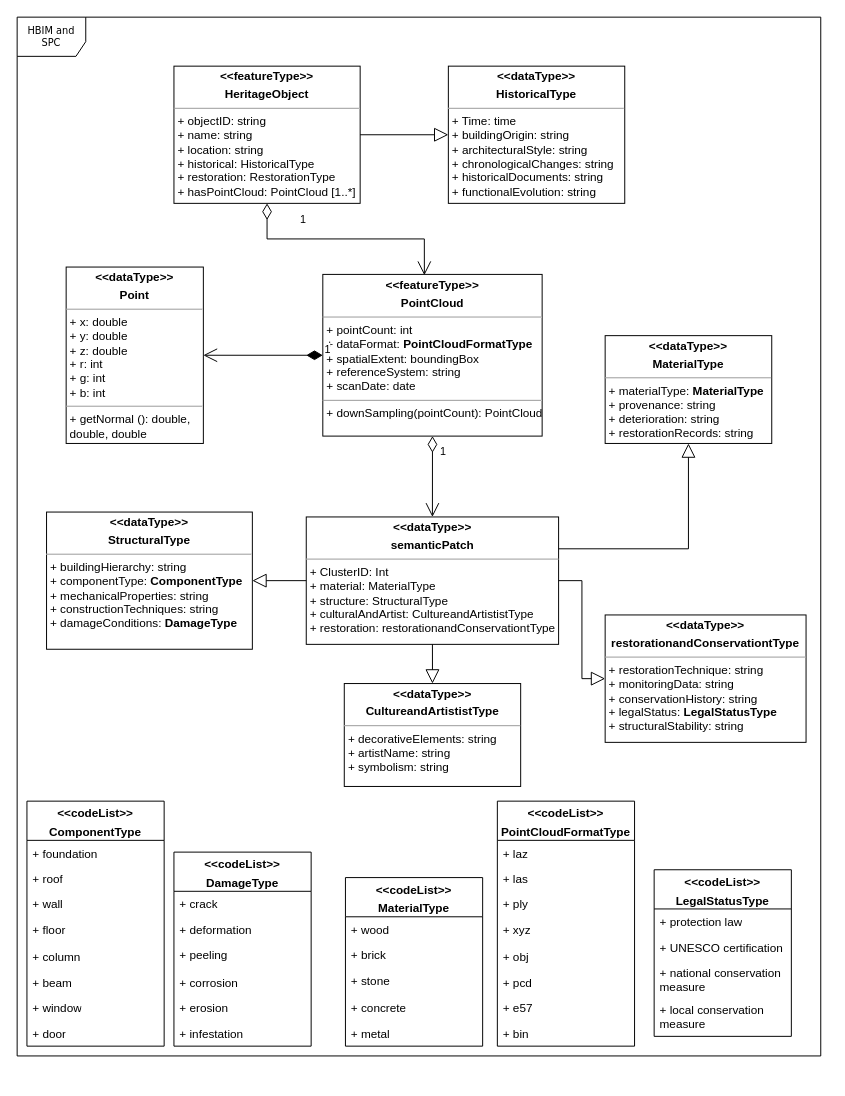
This is Untitled Diagram.drawio from Zhuoyuee/thesis, a draw.io file, before an edit. Source tidied: cells renumbered, new cells numbered last; positions are measured from the earlier drawing's top-left corner, leaving out a move shared by most shapes. Both pictures are drawn from the tidied source at 98%, with x=0, y=0 at pixel (17, 17).
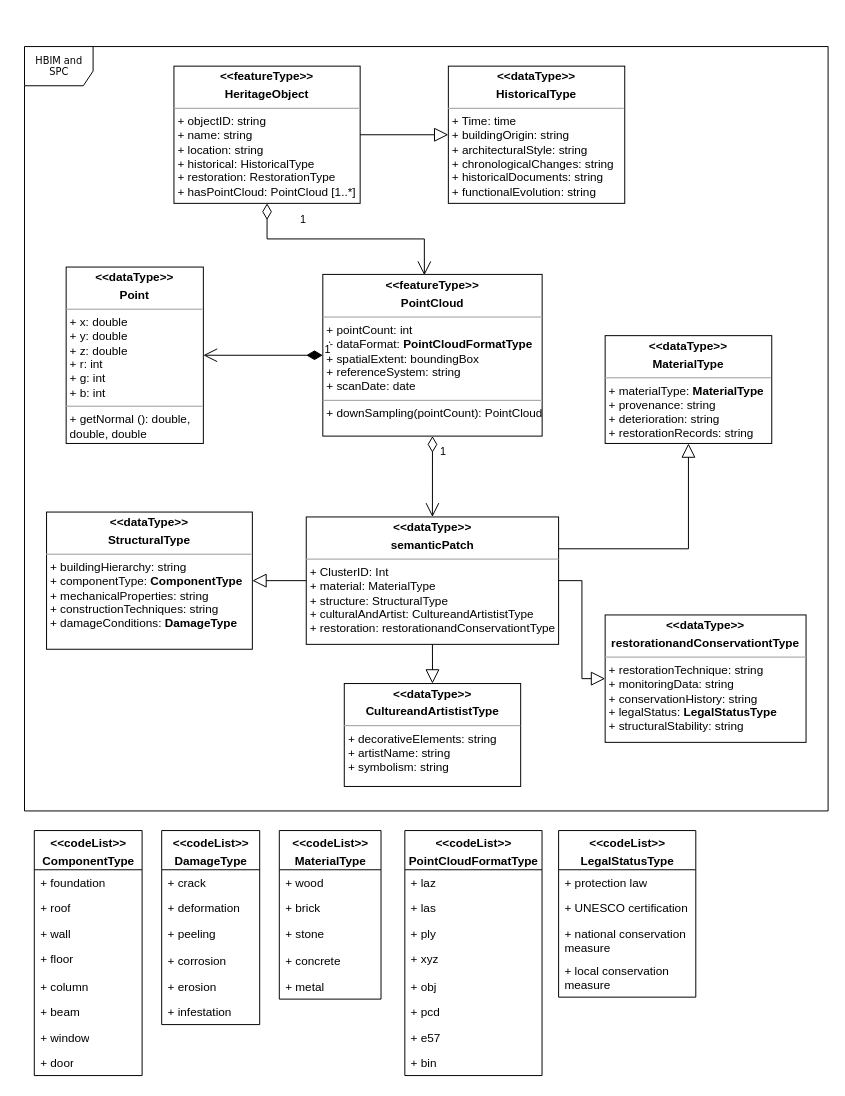
Above is the later version.

The change refers to these unchanged cells:
```xml
<mxCell id="7" value="&lt;p style=&quot;margin:0px;margin-top:4px;text-align:center;&quot;&gt;&lt;b&gt;&amp;lt;&amp;lt;dataType&amp;gt;&amp;gt;&lt;/b&gt;&lt;b&gt;&lt;/b&gt;&lt;/p&gt;&lt;p style=&quot;margin:0px;margin-top:4px;text-align:center;&quot;&gt;&lt;b&gt;CultureandArtististType&lt;/b&gt;&lt;/p&gt;&lt;hr size=&quot;1&quot;&gt;&lt;p style=&quot;margin:0px;margin-left:4px;&quot;&gt;+ decorativeElements: string&lt;/p&gt;&lt;p style=&quot;margin:0px;margin-left:4px;&quot;&gt;+ artistName: string&lt;br&gt;&lt;/p&gt;&lt;p style=&quot;margin:0px;margin-left:4px;&quot;&gt;+ symbolism: string&lt;/p&gt;&lt;p style=&quot;margin:0px;margin-left:4px;&quot;&gt;&lt;br&gt;&lt;/p&gt;&lt;hr size=&quot;1&quot;&gt;&lt;p style=&quot;margin:0px;margin-left:4px;&quot;&gt;&lt;br&gt;&lt;/p&gt;" style="verticalAlign=top;align=left;overflow=fill;fontSize=12;fontFamily=Helvetica;html=1;rounded=0;shadow=0;comic=0;labelBackgroundColor=none;strokeWidth=1;" parent="1" vertex="1">
  <mxGeometry x="333.8" y="680" width="180" height="105" as="geometry" />
</mxCell>
<mxCell id="9" value="&lt;p style=&quot;margin:0px;margin-top:4px;text-align:center;&quot;&gt;&lt;b&gt;&amp;lt;&amp;lt;dataType&amp;gt;&amp;gt;&lt;/b&gt;&lt;b&gt;&lt;/b&gt;&lt;/p&gt;&lt;p style=&quot;margin:0px;margin-top:4px;text-align:center;&quot;&gt;&lt;b&gt;semanticPatch&lt;/b&gt;&lt;/p&gt;&lt;hr size=&quot;1&quot;&gt;&lt;p style=&quot;margin:0px;margin-left:4px;&quot;&gt;+ ClusterID: Int&lt;br&gt;+ material: MaterialType&lt;br&gt;&lt;/p&gt;&lt;p style=&quot;margin:0px;margin-left:4px;&quot;&gt;+ structure: StructuralType&lt;/p&gt;&lt;p style=&quot;margin:0px;margin-left:4px;&quot;&gt;&lt;span style=&quot;background-color: transparent;&quot;&gt;+ culturalAndArtist:&amp;nbsp;&lt;/span&gt;&lt;span style=&quot;background-color: transparent; color: light-dark(rgb(0, 0, 0), rgb(255, 255, 255)); text-align: center;&quot;&gt;CultureandArtististType&lt;/span&gt;&lt;/p&gt;&lt;p style=&quot;margin:0px;margin-left:4px;&quot;&gt;+ restoration:&amp;nbsp;&lt;span style=&quot;background-color: transparent; color: light-dark(rgb(0, 0, 0), rgb(255, 255, 255)); text-align: center;&quot;&gt;restorationandConservationtType&lt;/span&gt;&lt;/p&gt;&lt;p style=&quot;margin:0px;margin-left:4px;&quot;&gt;&lt;br&gt;&lt;/p&gt;" style="verticalAlign=top;align=left;overflow=fill;fontSize=12;fontFamily=Helvetica;html=1;rounded=0;shadow=0;comic=0;labelBackgroundColor=none;strokeWidth=1;" parent="1" vertex="1">
  <mxGeometry x="295" y="510" width="257.5" height="130" as="geometry" />
</mxCell>
```

What changed in the source:
```diff
@@
     <mxCell id="2" value="HBIM and SPC" style="shape=umlFrame;whiteSpace=wrap;html=1;rounded=0;shadow=0;comic=0;labelBackgroundColor=none;strokeWidth=1;fontFamily=Verdana;fontSize=10;align=center;width=70;height=40;" parent="1" vertex="1">
-      <mxGeometry width="820" height="1060" as="geometry" />
+      <mxGeometry x="7.5" y="30" width="820" height="780" as="geometry" />
     </mxCell>
@@
     <mxCell id="12" value="&lt;p style=&quot;text-wrap-mode: nowrap; margin: 4px 0px 0px;&quot;&gt;&lt;b&gt;&amp;lt;&amp;lt;codeList&amp;gt;&amp;gt;&lt;/b&gt;&lt;/p&gt;&lt;p style=&quot;text-wrap-mode: nowrap; margin: 4px 0px 0px;&quot;&gt;&lt;b&gt;MaterialType&lt;/b&gt;&lt;/p&gt;" style="swimlane;fontStyle=0;horizontal=1;startSize=40;fillColor=none;whiteSpace=wrap;html=1;" parent="1" vertex="1">
-      <mxGeometry x="335" y="878" width="140" height="172" as="geometry" />
+      <mxGeometry x="267.5" y="830" width="103.8" height="172" as="geometry" />
     </mxCell>
     <mxCell id="13" value="+ wood" style="text;strokeColor=none;fillColor=none;align=left;verticalAlign=top;spacingLeft=4;spacingRight=4;overflow=hidden;whiteSpace=wrap;html=1;" parent="12" vertex="1">
-      <mxGeometry y="40" width="140" height="26" as="geometry" />
+      <mxGeometry y="40" width="103.8" height="26" as="geometry" />
     </mxCell>
     <mxCell id="14" value="+ brick" style="text;strokeColor=none;fillColor=none;align=left;verticalAlign=top;spacingLeft=4;spacingRight=4;overflow=hidden;whiteSpace=wrap;html=1;" parent="12" vertex="1">
-      <mxGeometry y="66" width="140" height="26" as="geometry" />
+      <mxGeometry y="66" width="103.8" height="26" as="geometry" />
     </mxCell>
     <mxCell id="15" value="+ stone" style="text;strokeColor=none;fillColor=none;align=left;verticalAlign=top;spacingLeft=4;spacingRight=4;overflow=hidden;whiteSpace=wrap;html=1;" parent="12" vertex="1">
-      <mxGeometry y="92" width="140" height="28" as="geometry" />
+      <mxGeometry y="92" width="103.8" height="28" as="geometry" />
     </mxCell>
     <mxCell id="16" value="+ concrete" style="text;strokeColor=none;fillColor=none;align=left;verticalAlign=top;spacingLeft=4;spacingRight=4;overflow=hidden;whiteSpace=wrap;html=1;" parent="12" vertex="1">
-      <mxGeometry y="120" width="140" height="26" as="geometry" />
+      <mxGeometry y="120" width="103.8" height="26" as="geometry" />
     </mxCell>
     <mxCell id="17" value="+ metal" style="text;strokeColor=none;fillColor=none;align=left;verticalAlign=top;spacingLeft=4;spacingRight=4;overflow=hidden;whiteSpace=wrap;html=1;" parent="12" vertex="1">
-      <mxGeometry y="146" width="140" height="26" as="geometry" />
+      <mxGeometry y="146" width="103.8" height="26" as="geometry" />
     </mxCell>
     <mxCell id="18" value="&lt;p style=&quot;text-wrap-mode: nowrap; margin: 4px 0px 0px;&quot;&gt;&lt;b&gt;&amp;lt;&amp;lt;codeList&amp;gt;&amp;gt;&lt;/b&gt;&lt;/p&gt;&lt;p style=&quot;text-wrap-mode: nowrap; margin: 4px 0px 0px;&quot;&gt;&lt;b&gt;ComponentType&lt;/b&gt;&lt;/p&gt;" style="swimlane;fontStyle=0;horizontal=1;startSize=40;fillColor=none;whiteSpace=wrap;html=1;" parent="1" vertex="1">
-      <mxGeometry x="10" y="800" width="140" height="250" as="geometry" />
+      <mxGeometry x="17.5" y="830" width="110" height="250" as="geometry" />
     </mxCell>
     <mxCell id="19" value="+ foundation" style="text;strokeColor=none;fillColor=none;align=left;verticalAlign=top;spacingLeft=4;spacingRight=4;overflow=hidden;whiteSpace=wrap;html=1;" parent="18" vertex="1">
-      <mxGeometry y="40" width="140" height="26" as="geometry" />
+      <mxGeometry y="40" width="110" height="26" as="geometry" />
     </mxCell>
     <mxCell id="20" value="+ roof" style="text;strokeColor=none;fillColor=none;align=left;verticalAlign=top;spacingLeft=4;spacingRight=4;overflow=hidden;whiteSpace=wrap;html=1;" parent="18" vertex="1">
-      <mxGeometry y="66" width="140" height="26" as="geometry" />
+      <mxGeometry y="66" width="110" height="26" as="geometry" />
     </mxCell>
     <mxCell id="21" value="+ wall" style="text;strokeColor=none;fillColor=none;align=left;verticalAlign=top;spacingLeft=4;spacingRight=4;overflow=hidden;whiteSpace=wrap;html=1;" parent="18" vertex="1">
-      <mxGeometry y="92" width="140" height="26" as="geometry" />
+      <mxGeometry y="92" width="110" height="26" as="geometry" />
     </mxCell>
     <mxCell id="22" value="+ floor" style="text;strokeColor=none;fillColor=none;align=left;verticalAlign=top;spacingLeft=4;spacingRight=4;overflow=hidden;whiteSpace=wrap;html=1;" parent="18" vertex="1">
-      <mxGeometry y="118" width="140" height="28" as="geometry" />
+      <mxGeometry y="118" width="110" height="28" as="geometry" />
     </mxCell>
     <mxCell id="23" value="+ column" style="text;strokeColor=none;fillColor=none;align=left;verticalAlign=top;spacingLeft=4;spacingRight=4;overflow=hidden;whiteSpace=wrap;html=1;" parent="18" vertex="1">
-      <mxGeometry y="146" width="140" height="26" as="geometry" />
+      <mxGeometry y="146" width="110" height="26" as="geometry" />
     </mxCell>
     <mxCell id="24" value="+ beam" style="text;strokeColor=none;fillColor=none;align=left;verticalAlign=top;spacingLeft=4;spacingRight=4;overflow=hidden;whiteSpace=wrap;html=1;" parent="18" vertex="1">
-      <mxGeometry y="172" width="140" height="26" as="geometry" />
+      <mxGeometry y="172" width="110" height="26" as="geometry" />
     </mxCell>
     <mxCell id="25" value="+ window" style="text;strokeColor=none;fillColor=none;align=left;verticalAlign=top;spacingLeft=4;spacingRight=4;overflow=hidden;whiteSpace=wrap;html=1;" parent="18" vertex="1">
-      <mxGeometry y="198" width="140" height="26" as="geometry" />
+      <mxGeometry y="198" width="110" height="26" as="geometry" />
     </mxCell>
     <mxCell id="26" value="+ door" style="text;strokeColor=none;fillColor=none;align=left;verticalAlign=top;spacingLeft=4;spacingRight=4;overflow=hidden;whiteSpace=wrap;html=1;" parent="18" vertex="1">
-      <mxGeometry y="224" width="140" height="26" as="geometry" />
+      <mxGeometry y="224" width="110" height="26" as="geometry" />
     </mxCell>
@@
     <mxCell id="29" value="&lt;p style=&quot;text-wrap-mode: nowrap; margin: 4px 0px 0px;&quot;&gt;&lt;b&gt;&amp;lt;&amp;lt;codeList&amp;gt;&amp;gt;&lt;/b&gt;&lt;/p&gt;&lt;p style=&quot;text-wrap-mode: nowrap; margin: 4px 0px 0px;&quot;&gt;&lt;b&gt;DamageType&lt;/b&gt;&lt;/p&gt;" style="swimlane;fontStyle=0;horizontal=1;startSize=40;fillColor=none;whiteSpace=wrap;html=1;" parent="1" vertex="1">
-      <mxGeometry x="160" y="852" width="140" height="198" as="geometry" />
+      <mxGeometry x="147.5" y="830" width="100" height="198" as="geometry" />
     </mxCell>
     <mxCell id="30" value="+ crack" style="text;strokeColor=none;fillColor=none;align=left;verticalAlign=top;spacingLeft=4;spacingRight=4;overflow=hidden;whiteSpace=wrap;html=1;" parent="29" vertex="1">
-      <mxGeometry y="40" width="140" height="26" as="geometry" />
+      <mxGeometry y="40" width="100" height="26" as="geometry" />
     </mxCell>
     <mxCell id="31" value="+ deformation" style="text;strokeColor=none;fillColor=none;align=left;verticalAlign=top;spacingLeft=4;spacingRight=4;overflow=hidden;whiteSpace=wrap;html=1;" parent="29" vertex="1">
-      <mxGeometry y="66" width="140" height="26" as="geometry" />
+      <mxGeometry y="66" width="100" height="26" as="geometry" />
     </mxCell>
     <mxCell id="32" value="+ peeling" style="text;strokeColor=none;fillColor=none;align=left;verticalAlign=top;spacingLeft=4;spacingRight=4;overflow=hidden;whiteSpace=wrap;html=1;" parent="29" vertex="1">
-      <mxGeometry y="92" width="140" height="28" as="geometry" />
+      <mxGeometry y="92" width="100" height="28" as="geometry" />
     </mxCell>
     <mxCell id="33" value="+ corrosion" style="text;strokeColor=none;fillColor=none;align=left;verticalAlign=top;spacingLeft=4;spacingRight=4;overflow=hidden;whiteSpace=wrap;html=1;" parent="29" vertex="1">
-      <mxGeometry y="120" width="140" height="26" as="geometry" />
+      <mxGeometry y="120" width="100" height="26" as="geometry" />
     </mxCell>
     <mxCell id="34" value="+ erosion" style="text;strokeColor=none;fillColor=none;align=left;verticalAlign=top;spacingLeft=4;spacingRight=4;overflow=hidden;whiteSpace=wrap;html=1;" parent="29" vertex="1">
-      <mxGeometry y="146" width="140" height="26" as="geometry" />
+      <mxGeometry y="146" width="100" height="26" as="geometry" />
     </mxCell>
     <mxCell id="35" value="+ infestation" style="text;strokeColor=none;fillColor=none;align=left;verticalAlign=top;spacingLeft=4;spacingRight=4;overflow=hidden;whiteSpace=wrap;html=1;" parent="29" vertex="1">
-      <mxGeometry y="172" width="140" height="26" as="geometry" />
+      <mxGeometry y="172" width="100" height="26" as="geometry" />
     </mxCell>
     <mxCell id="36" value="&lt;p style=&quot;text-wrap-mode: nowrap; margin: 4px 0px 0px;&quot;&gt;&lt;b&gt;&amp;lt;&amp;lt;codeList&amp;gt;&amp;gt;&lt;/b&gt;&lt;/p&gt;&lt;p style=&quot;text-wrap-mode: nowrap; margin: 4px 0px 0px;&quot;&gt;&lt;span style=&quot;background-color: transparent; color: light-dark(rgb(0, 0, 0), rgb(255, 255, 255)); text-wrap-mode: wrap;&quot;&gt;&lt;b&gt;LegalStatusType&lt;/b&gt;&lt;/span&gt;&lt;/p&gt;" style="swimlane;fontStyle=0;horizontal=1;startSize=40;fillColor=none;whiteSpace=wrap;html=1;" parent="1" vertex="1">
-      <mxGeometry x="650" y="870" width="140" height="170" as="geometry" />
+      <mxGeometry x="552.5" y="830" width="140" height="170" as="geometry" />
     </mxCell>
@@
-    <mxCell id="43" style="endArrow=block;endFill=0;endSize=12;html=1;rounded=0;exitX=0.5;exitY=1;exitDx=0;exitDy=0;entryX=0.5;entryY=0;entryDx=0;entryDy=0;edgeStyle=orthogonalEdgeStyle;" parent="1" edge="1" source="9" target="7">
-      <mxGeometry relative="1" as="geometry" />
+    <mxCell id="43" style="endArrow=block;endFill=0;endSize=12;html=1;rounded=0;exitX=0.5;exitY=1;exitDx=0;exitDy=0;entryX=0.5;entryY=0;entryDx=0;entryDy=0;edgeStyle=orthogonalEdgeStyle;" parent="1" edge="1" source="9">
+      <mxGeometry relative="1" as="geometry">
+        <mxPoint x="423.8" y="680" as="targetPoint" />
+      </mxGeometry>
     </mxCell>
@@
     <mxCell id="46" value="&lt;p style=&quot;text-wrap-mode: nowrap; margin: 4px 0px 0px;&quot;&gt;&lt;b&gt;&amp;lt;&amp;lt;codeList&amp;gt;&amp;gt;&lt;/b&gt;&lt;/p&gt;&lt;p style=&quot;text-wrap-mode: nowrap; margin: 4px 0px 0px;&quot;&gt;&lt;b&gt;PointCloudFormatType&lt;/b&gt;&lt;/p&gt;" style="swimlane;fontStyle=0;horizontal=1;startSize=40;fillColor=none;whiteSpace=wrap;html=1;" parent="1" vertex="1">
-      <mxGeometry x="490" y="800" width="140" height="250" as="geometry" />
+      <mxGeometry x="395.6" y="830" width="140" height="250" as="geometry" />
     </mxCell>
```
